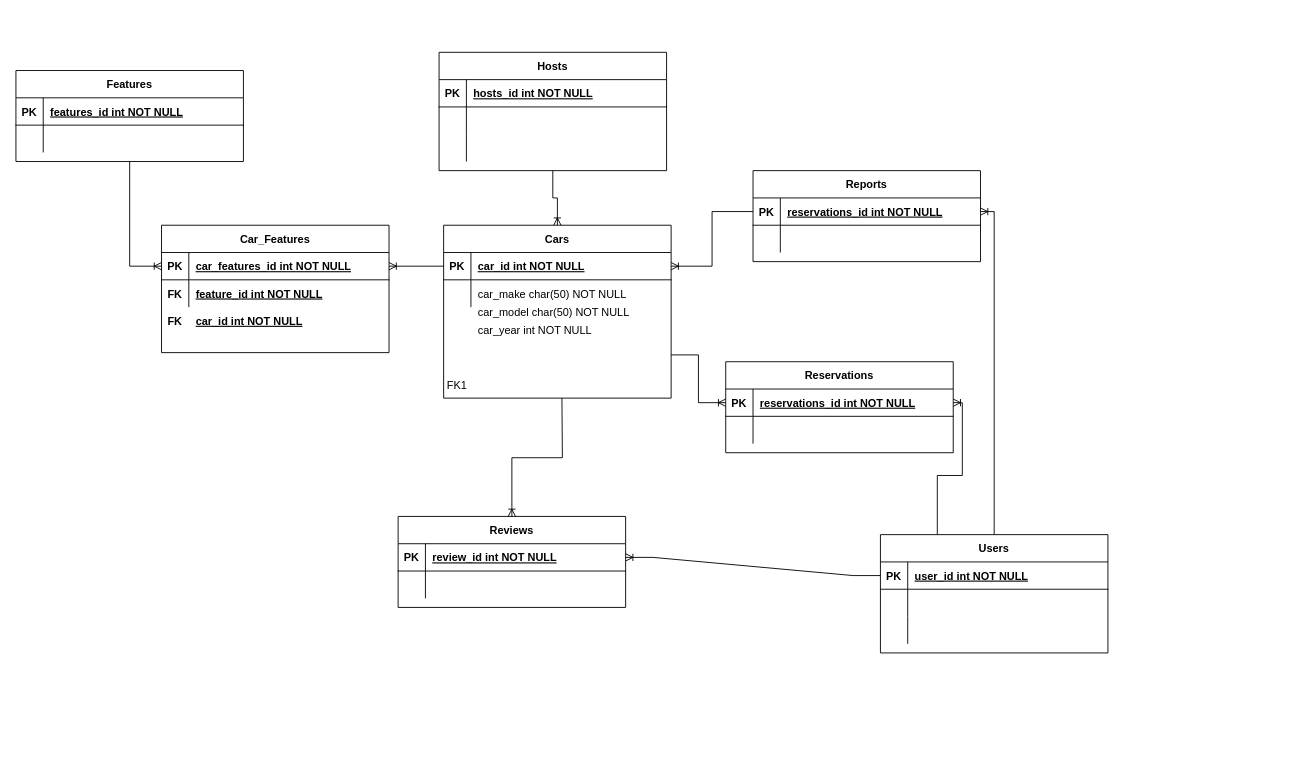
Above: page "ERD" (1 of 2) of Untitled Diagram.drawio in crose275/fec-turo (draw.io), before the change. Source tidied: cells renumbered, new cells numbered last; positions are measured from the earlier drawing's top-left corner, leaving out a move shared by most shapes. Both pictures are drawn from the tidied source at 91%, with x=0, y=0 at pixel (15, 52).
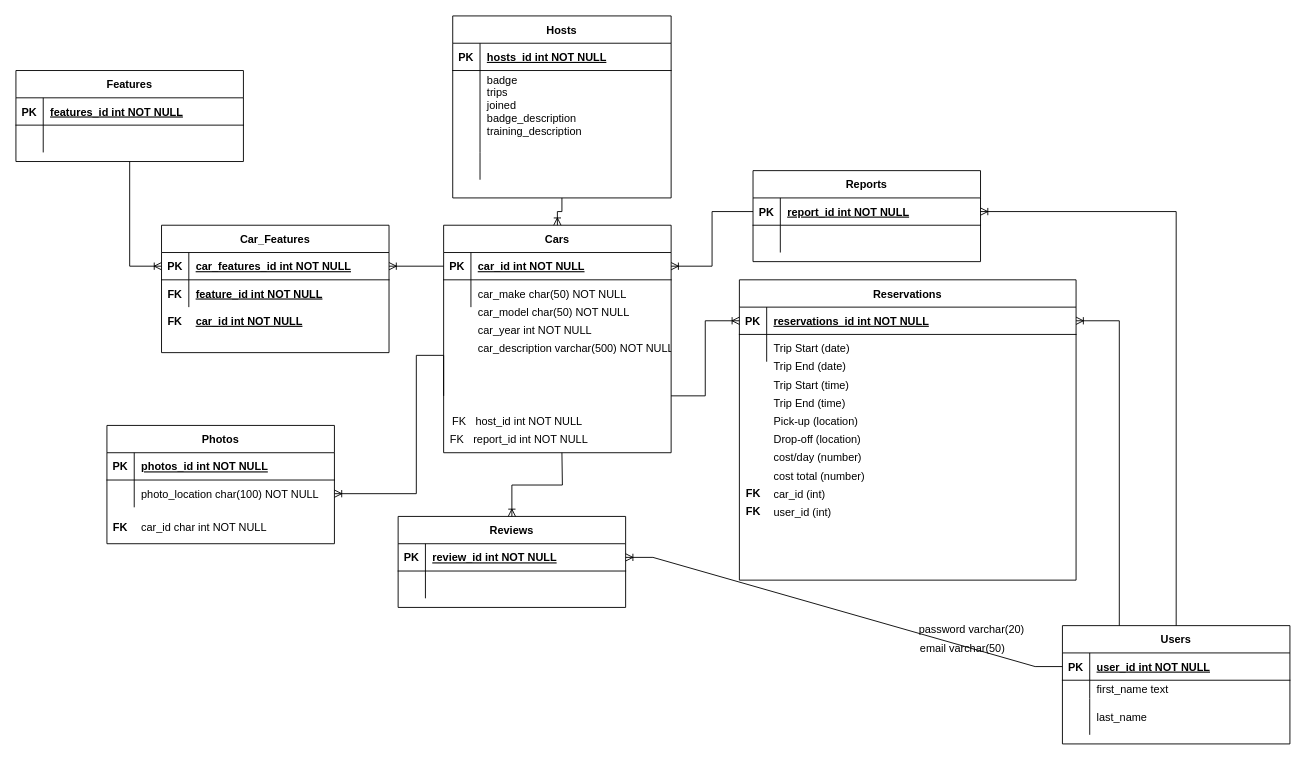
The same diagram, later.

Unchanged cells that the change refers to:
```xml
<mxCell id="29" value="Reviews" style="shape=table;startSize=30;childLayout=tableLayout;rowLines=0;fontStyle=1;align=center;" parent="1" vertex="1">
  <mxGeometry x="420" y="510" width="250" height="100" as="geometry" />
</mxCell>
<mxCell id="54" style="shape=partialRectangle;fillColor=none;points=[[0,0.5],[1,0.5]];portConstraint=eastwest;top=0;left=0;right=0;bottom=1;" parent="53" vertex="1">
  <mxGeometry y="30" width="250" height="30" as="geometry" />
</mxCell>
```

Diff of the diagram source:
```diff
@@
     <mxCell id="2" value="Users" style="shape=table;startSize=30;childLayout=tableLayout;rowLines=0;fontStyle=1;align=center;" parent="1" vertex="1">
-      <mxGeometry x="950" y="530" width="250" height="130" as="geometry" />
+      <mxGeometry x="1150" y="630" width="250" height="130" as="geometry" />
     </mxCell>
@@
     <mxCell id="6" style="shape=partialRectangle;fillColor=none;top=0;left=0;right=0;bottom=0;" parent="2" vertex="1">
-      <mxGeometry y="60" width="250" height="30" as="geometry" />
+      <mxGeometry y="60" width="250" height="20" as="geometry" />
     </mxCell>
     <mxCell id="7" style="shape=partialRectangle;overflow=hidden;fillColor=none;top=0;left=0;bottom=0;right=0;" parent="6" vertex="1">
-      <mxGeometry width="30" height="30" as="geometry" />
+      <mxGeometry width="30" height="20" as="geometry" />
     </mxCell>
-    <mxCell id="8" style="shape=partialRectangle;overflow=hidden;fillColor=none;top=0;left=0;bottom=0;right=0;align=left;spacingLeft=6;" parent="6" vertex="1">
-      <mxGeometry x="30" width="220" height="30" as="geometry" />
+    <mxCell id="8" value="first_name text" style="shape=partialRectangle;overflow=hidden;fillColor=none;top=0;left=0;bottom=0;right=0;align=left;spacingLeft=6;" parent="6" vertex="1">
+      <mxGeometry x="30" width="220" height="20" as="geometry" />
     </mxCell>
     <mxCell id="9" style="shape=partialRectangle;fillColor=none;top=0;left=0;right=0;bottom=0;" parent="2" vertex="1">
-      <mxGeometry y="90" width="250" height="30" as="geometry" />
+      <mxGeometry y="80" width="250" height="40" as="geometry" />
     </mxCell>
     <mxCell id="10" style="shape=partialRectangle;overflow=hidden;fillColor=none;top=0;left=0;bottom=0;right=0;" parent="9" vertex="1">
-      <mxGeometry width="30" height="30" as="geometry" />
+      <mxGeometry width="30" height="40" as="geometry" />
     </mxCell>
-    <mxCell id="11" style="shape=partialRectangle;overflow=hidden;fillColor=none;top=0;left=0;bottom=0;right=0;align=left;spacingLeft=6;" parent="9" vertex="1">
-      <mxGeometry x="30" width="220" height="30" as="geometry" />
+    <mxCell id="11" value="last_name" style="shape=partialRectangle;overflow=hidden;fillColor=none;top=0;left=0;bottom=0;right=0;align=left;spacingLeft=6;" parent="9" vertex="1">
+      <mxGeometry x="30" width="220" height="40" as="geometry" />
     </mxCell>
     <mxCell id="12" value="Hosts" style="shape=table;startSize=30;childLayout=tableLayout;rowLines=0;fontStyle=1;align=center;" parent="1" vertex="1">
-      <mxGeometry x="465" width="250" height="130" as="geometry" />
+      <mxGeometry x="480" y="-40" width="240" height="200" as="geometry" />
     </mxCell>
     <mxCell id="13" style="shape=partialRectangle;fillColor=none;top=0;left=0;right=0;bottom=1;" parent="12" vertex="1">
-      <mxGeometry y="30" width="250" height="30" as="geometry" />
+      <mxGeometry y="30" width="240" height="30" as="geometry" />
     </mxCell>
@@
     <mxCell id="15" value="hosts_id int NOT NULL " style="shape=partialRectangle;overflow=hidden;fillColor=none;top=0;left=0;bottom=0;right=0;align=left;spacingLeft=6;fontStyle=5;" parent="13" vertex="1">
-      <mxGeometry x="30" width="220" height="30" as="geometry" />
+      <mxGeometry x="30" width="210" height="30" as="geometry" />
     </mxCell>
     <mxCell id="16" style="shape=partialRectangle;fillColor=none;top=0;left=0;right=0;bottom=0;" parent="12" vertex="1">
-      <mxGeometry y="60" width="250" height="30" as="geometry" />
+      <mxGeometry y="60" width="240" height="90" as="geometry" />
     </mxCell>
     <mxCell id="17" style="shape=partialRectangle;overflow=hidden;fillColor=none;top=0;left=0;bottom=0;right=0;" parent="16" vertex="1">
-      <mxGeometry width="30" height="30" as="geometry" />
+      <mxGeometry width="30" height="90" as="geometry" />
     </mxCell>
-    <mxCell id="18" style="shape=partialRectangle;overflow=hidden;fillColor=none;top=0;left=0;bottom=0;right=0;align=left;spacingLeft=6;" parent="16" vertex="1">
-      <mxGeometry x="30" width="220" height="30" as="geometry" />
+    <mxCell id="18" value="badge&#10;trips&#10;joined&#10;badge_description&#10;training_description&#10;" style="shape=partialRectangle;overflow=hidden;fillColor=none;top=0;left=0;bottom=0;right=0;align=left;spacingLeft=6;" parent="16" vertex="1">
+      <mxGeometry x="30" width="210" height="90" as="geometry" />
     </mxCell>
     <mxCell id="19" style="shape=partialRectangle;fillColor=none;top=0;left=0;right=0;bottom=0;" parent="12" vertex="1">
-      <mxGeometry y="90" width="250" height="30" as="geometry" />
+      <mxGeometry y="150" width="240" height="30" as="geometry" />
     </mxCell>
@@
     <mxCell id="21" style="shape=partialRectangle;overflow=hidden;fillColor=none;top=0;left=0;bottom=0;right=0;align=left;spacingLeft=6;" parent="19" vertex="1">
-      <mxGeometry x="30" width="220" height="30" as="geometry" />
+      <mxGeometry x="30" width="210" height="30" as="geometry" />
     </mxCell>
     <mxCell id="22" value="Cars" style="shape=table;startSize=30;childLayout=tableLayout;rowLines=0;fontStyle=1;align=center;" parent="1" vertex="1">
-      <mxGeometry x="470" y="190" width="250" height="190" as="geometry" />
+      <mxGeometry x="470" y="190" width="250" height="250" as="geometry" />
     </mxCell>
@@
-    <mxCell id="38" value="FK1" style="shape=partialRectangle;overflow=hidden;fillColor=none;top=0;left=0;bottom=0;right=0;" parent="1" vertex="1">
-      <mxGeometry x="470" y="350" width="30" height="30" as="geometry" />
+    <mxCell id="38" value="FK" style="shape=partialRectangle;overflow=hidden;fillColor=none;top=0;left=0;bottom=0;right=0;" parent="1" vertex="1">
+      <mxGeometry x="470" y="410" width="30" height="30" as="geometry" />
     </mxCell>
@@
     <mxCell id="46" value="Reservations" style="shape=table;startSize=30;childLayout=tableLayout;rowLines=0;fontStyle=1;align=center;" parent="1" vertex="1">
-      <mxGeometry x="780" y="340" width="250" height="100" as="geometry" />
+      <mxGeometry x="795" y="250" width="370" height="330" as="geometry" />
     </mxCell>
     <mxCell id="47" style="shape=partialRectangle;fillColor=none;points=[[0,0.5],[1,0.5]];portConstraint=eastwest;top=0;left=0;right=0;bottom=1;" parent="46" vertex="1">
-      <mxGeometry y="30" width="250" height="30" as="geometry" />
+      <mxGeometry y="30" width="370" height="30" as="geometry" />
     </mxCell>
@@
     <mxCell id="49" value="reservations_id int NOT NULL " style="shape=partialRectangle;overflow=hidden;fillColor=none;top=0;left=0;bottom=0;right=0;align=left;spacingLeft=6;fontStyle=5;" parent="47" vertex="1">
-      <mxGeometry x="30" width="220" height="30" as="geometry" />
+      <mxGeometry x="30" width="340" height="30" as="geometry" />
     </mxCell>
     <mxCell id="50" style="shape=partialRectangle;fillColor=none;top=0;left=0;right=0;bottom=0;" parent="46" vertex="1">
-      <mxGeometry y="60" width="250" height="30" as="geometry" />
+      <mxGeometry y="60" width="370" height="30" as="geometry" />
     </mxCell>
@@
-    <mxCell id="52" style="shape=partialRectangle;overflow=hidden;fillColor=none;top=0;left=0;bottom=0;right=0;align=left;spacingLeft=6;" parent="50" vertex="1">
-      <mxGeometry x="30" width="220" height="30" as="geometry" />
+    <mxCell id="52" value="Trip Start (date)" style="shape=partialRectangle;overflow=hidden;fillColor=none;top=0;left=0;bottom=0;right=0;align=left;spacingLeft=6;" parent="50" vertex="1">
+      <mxGeometry x="30" width="340" height="30" as="geometry" />
     </mxCell>
@@
-    <mxCell id="56" value="reservations_id int NOT NULL " style="shape=partialRectangle;overflow=hidden;fillColor=none;top=0;left=0;bottom=0;right=0;align=left;spacingLeft=6;fontStyle=5;" parent="54" vertex="1">
+    <mxCell id="56" value="report_id int NOT NULL " style="shape=partialRectangle;overflow=hidden;fillColor=none;top=0;left=0;bottom=0;right=0;align=left;spacingLeft=6;fontStyle=5;" parent="54" vertex="1">
       <mxGeometry x="30" width="220" height="30" as="geometry" />
     </mxCell>
@@
     <mxCell id="62" style="edgeStyle=orthogonalEdgeStyle;fontSize=12;html=1;endArrow=ERoneToMany;rounded=0;entryX=0.5;entryY=0;entryDx=0;entryDy=0;" parent="1" edge="1" target="29">
       <mxGeometry relative="1" as="geometry">
-        <mxPoint x="600" y="380" as="sourcePoint" />
+        <mxPoint x="600" y="440" as="sourcePoint" />
       </mxGeometry>
     </mxCell>
@@
+    <mxCell id="80" value="email varchar(50)" style="text;html=1;align=center;verticalAlign=middle;strokeColor=none;fillColor=none;" parent="1" vertex="1">
+      <mxGeometry x="980" y="640" width="120" height="30" as="geometry" />
+    </mxCell>
+    <mxCell id="81" value="car_description varchar(500) NOT NULL" style="shape=partialRectangle;overflow=hidden;fillColor=none;top=0;left=0;bottom=0;right=0;align=left;spacingLeft=6;" parent="1" vertex="1">
+      <mxGeometry x="500" y="310" width="220" height="30" as="geometry" />
+    </mxCell>
+    <mxCell id="82" value="password varchar(20)" style="text;html=1;align=center;verticalAlign=middle;strokeColor=none;fillColor=none;" parent="1" vertex="1">
+      <mxGeometry x="980" y="620" width="140" height="30" as="geometry" />
+    </mxCell>
+    <mxCell id="83" value="Pick-up (location)" style="shape=partialRectangle;overflow=hidden;fillColor=none;top=0;left=0;bottom=0;right=0;align=left;spacingLeft=6;" parent="1" vertex="1">
+      <mxGeometry x="825" y="390" width="340" height="30" as="geometry" />
+    </mxCell>
+    <mxCell id="84" value="Photos" style="shape=table;startSize=30;childLayout=tableLayout;rowLines=0;fontStyle=1;align=center;" parent="1" vertex="1">
+      <mxGeometry x="100" y="410" width="250" height="130" as="geometry" />
+    </mxCell>
+    <mxCell id="85" style="shape=partialRectangle;fillColor=none;top=0;left=0;right=0;bottom=1;" parent="84" vertex="1">
+      <mxGeometry y="30" width="250" height="30" as="geometry" />
+    </mxCell>
+    <mxCell id="86" value="PK" style="shape=partialRectangle;overflow=hidden;fillColor=none;top=0;left=0;bottom=0;right=0;fontStyle=1;" parent="85" vertex="1">
+      <mxGeometry width="30" height="30" as="geometry" />
+    </mxCell>
+    <mxCell id="87" value="photos_id int NOT NULL " style="shape=partialRectangle;overflow=hidden;fillColor=none;top=0;left=0;bottom=0;right=0;align=left;spacingLeft=6;fontStyle=5;" parent="85" vertex="1">
+      <mxGeometry x="30" width="220" height="30" as="geometry" />
+    </mxCell>
+    <mxCell id="88" style="shape=partialRectangle;fillColor=none;points=[[0,0.5],[1,0.5]];portConstraint=eastwest;top=0;left=0;right=0;bottom=0;" parent="84" vertex="1">
+      <mxGeometry y="60" width="250" height="30" as="geometry" />
+    </mxCell>
+    <mxCell id="89" style="shape=partialRectangle;overflow=hidden;fillColor=none;top=0;left=0;bottom=0;right=0;" parent="88" vertex="1">
+      <mxGeometry width="30" height="30" as="geometry" />
+    </mxCell>
+    <mxCell id="90" value="photo_location char(100) NOT NULL" style="shape=partialRectangle;overflow=hidden;fillColor=none;top=0;left=0;bottom=0;right=0;align=left;spacingLeft=6;" parent="88" vertex="1">
+      <mxGeometry x="30" width="220" height="30" as="geometry" />
+    </mxCell>
+    <mxCell id="91" value="cost/day (number)" style="shape=partialRectangle;overflow=hidden;fillColor=none;top=0;left=0;bottom=0;right=0;align=left;spacingLeft=6;" parent="1" vertex="1">
+      <mxGeometry x="825" y="430" width="340" height="30" as="geometry" />
+    </mxCell>
+    <mxCell id="92" value="car_id char int NOT NULL" style="shape=partialRectangle;overflow=hidden;fillColor=none;top=0;left=0;bottom=0;right=0;align=left;spacingLeft=6;" parent="1" vertex="1">
+      <mxGeometry x="130" y="507" width="220" height="30" as="geometry" />
+    </mxCell>
+    <mxCell id="93" value="cost total (number)" style="shape=partialRectangle;overflow=hidden;fillColor=none;top=0;left=0;bottom=0;right=0;align=left;spacingLeft=6;" parent="1" vertex="1">
+      <mxGeometry x="825" y="450" width="340" height="30" as="geometry" />
+    </mxCell>
+    <mxCell id="94" value="FK" style="shape=partialRectangle;overflow=hidden;fillColor=none;top=0;left=0;bottom=0;right=0;fontStyle=1;" parent="1" vertex="1">
+      <mxGeometry x="100" y="507" width="30" height="30" as="geometry" />
+    </mxCell>
+    <mxCell id="95" value="Trip End (date)" style="shape=partialRectangle;overflow=hidden;fillColor=none;top=0;left=0;bottom=0;right=0;align=left;spacingLeft=6;" parent="1" vertex="1">
+      <mxGeometry x="825" y="330" width="340" height="30" as="geometry" />
+    </mxCell>
+    <mxCell id="96" style="edgeStyle=orthogonalEdgeStyle;fontSize=12;html=1;endArrow=ERoneToMany;rounded=0;exitX=0;exitY=0.75;exitDx=0;exitDy=0;entryX=1;entryY=0.5;entryDx=0;entryDy=0;" parent="1" edge="1" source="22" target="88">
+      <mxGeometry relative="1" as="geometry">
+        <Array as="points">
+          <mxPoint x="440" y="333" />
+          <mxPoint x="440" y="485" />
+        </Array>
+      </mxGeometry>
+    </mxCell>
+    <mxCell id="97" value="Trip Start (time)" style="shape=partialRectangle;overflow=hidden;fillColor=none;top=0;left=0;bottom=0;right=0;align=left;spacingLeft=6;" parent="1" vertex="1">
+      <mxGeometry x="825" y="350" width="340" height="30" as="geometry" />
+    </mxCell>
+    <mxCell id="98" value="Trip End (time)" style="shape=partialRectangle;overflow=hidden;fillColor=none;top=0;left=0;bottom=0;right=0;align=left;spacingLeft=6;" parent="1" vertex="1">
+      <mxGeometry x="825" y="370" width="340" height="30" as="geometry" />
+    </mxCell>
+    <mxCell id="99" value="report_id int NOT NULL" style="shape=partialRectangle;overflow=hidden;fillColor=none;top=0;left=0;bottom=0;right=0;align=left;spacingLeft=6;" parent="1" vertex="1">
+      <mxGeometry x="495" y="410" width="220" height="30" as="geometry" />
+    </mxCell>
+    <mxCell id="100" value="car_id (int)" style="shape=partialRectangle;overflow=hidden;fillColor=none;top=0;left=0;bottom=0;right=0;align=left;spacingLeft=6;" parent="1" vertex="1">
+      <mxGeometry x="825" y="470" width="340" height="30" as="geometry" />
+    </mxCell>
+    <mxCell id="101" value="FK" style="shape=partialRectangle;overflow=hidden;fillColor=none;top=0;left=0;bottom=0;right=0;" parent="1" vertex="1">
+      <mxGeometry x="472.5" y="390" width="30" height="30" as="geometry" />
+    </mxCell>
+    <mxCell id="102" value="user_id (int)" style="shape=partialRectangle;overflow=hidden;fillColor=none;top=0;left=0;bottom=0;right=0;align=left;spacingLeft=6;" parent="1" vertex="1">
+      <mxGeometry x="825" y="490" width="340" height="30" as="geometry" />
+    </mxCell>
+    <mxCell id="103" value="Drop-off (location)" style="shape=partialRectangle;overflow=hidden;fillColor=none;top=0;left=0;bottom=0;right=0;align=left;spacingLeft=6;" parent="1" vertex="1">
+      <mxGeometry x="825" y="410" width="340" height="30" as="geometry" />
+    </mxCell>
+    <mxCell id="104" value="host_id int NOT NULL" style="shape=partialRectangle;overflow=hidden;fillColor=none;top=0;left=0;bottom=0;right=0;align=left;spacingLeft=6;" parent="1" vertex="1">
+      <mxGeometry x="497.5" y="390" width="220" height="30" as="geometry" />
+    </mxCell>
+    <mxCell id="105" value="&lt;b&gt;FK&lt;/b&gt;" style="text;html=1;align=center;verticalAlign=middle;strokeColor=none;fillColor=none;" parent="1" vertex="1">
+      <mxGeometry x="790" y="470" width="40" height="30" as="geometry" />
+    </mxCell>
+    <mxCell id="106" value="&lt;b&gt;FK&lt;/b&gt;" style="text;html=1;align=center;verticalAlign=middle;strokeColor=none;fillColor=none;" parent="1" vertex="1">
+      <mxGeometry x="790" y="490" width="40" height="30" as="geometry" />
+    </mxCell>
```
